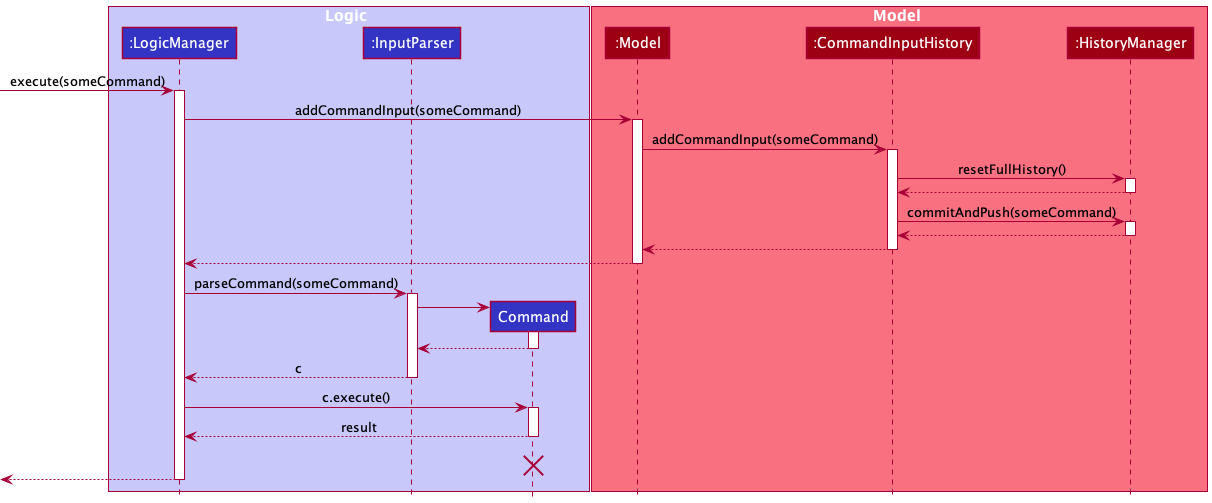
Above: docs/images/HistorySequenceToStoreCommandsDiagram.png in vigneshsankariyer1234567890/tp (PlantUML), before the change.
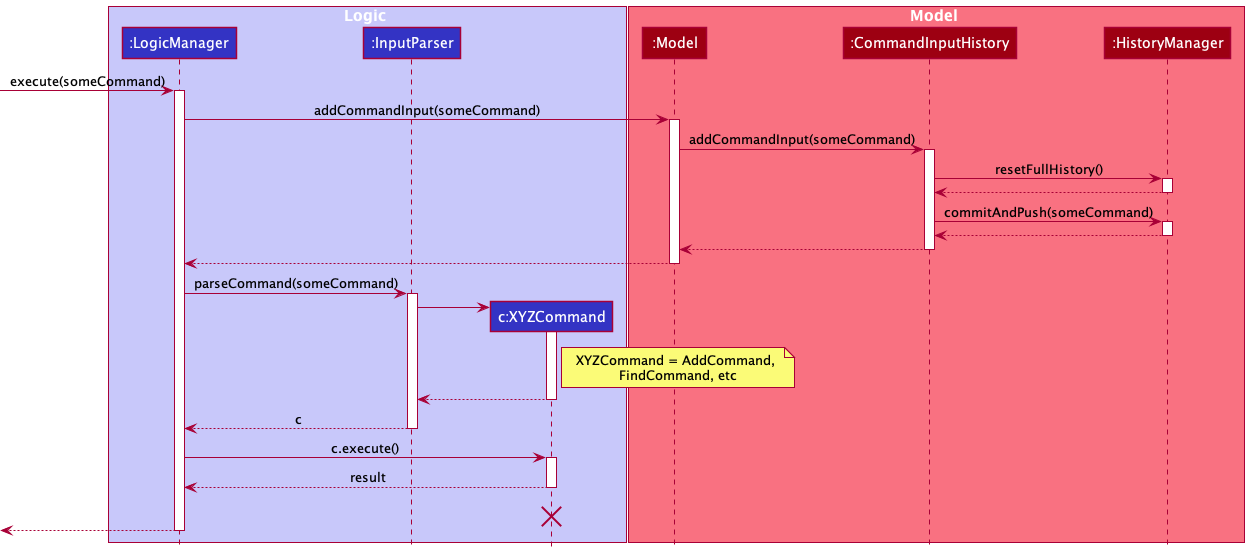
The same file after the commit.

Diff of the diagram source:
```diff
@@ -4,7 +4,7 @@
 box Logic LOGIC_COLOR_T1
 participant ":LogicManager" as LogicManager LOGIC_COLOR
 participant ":InputParser" as InputParser LOGIC_COLOR
-participant "Command" as Command LOGIC_COLOR
+participant "c:XYZCommand" as Command LOGIC_COLOR
 end box
 
 box Model MODEL_COLOR_T1
@@ -45,6 +45,7 @@
 create Command
 InputParser -> Command
 activate Command
+note right of Command: XYZCommand = AddCommand, \nFindCommand, etc
 
 Command --> InputParser
 deactivate Command
```
